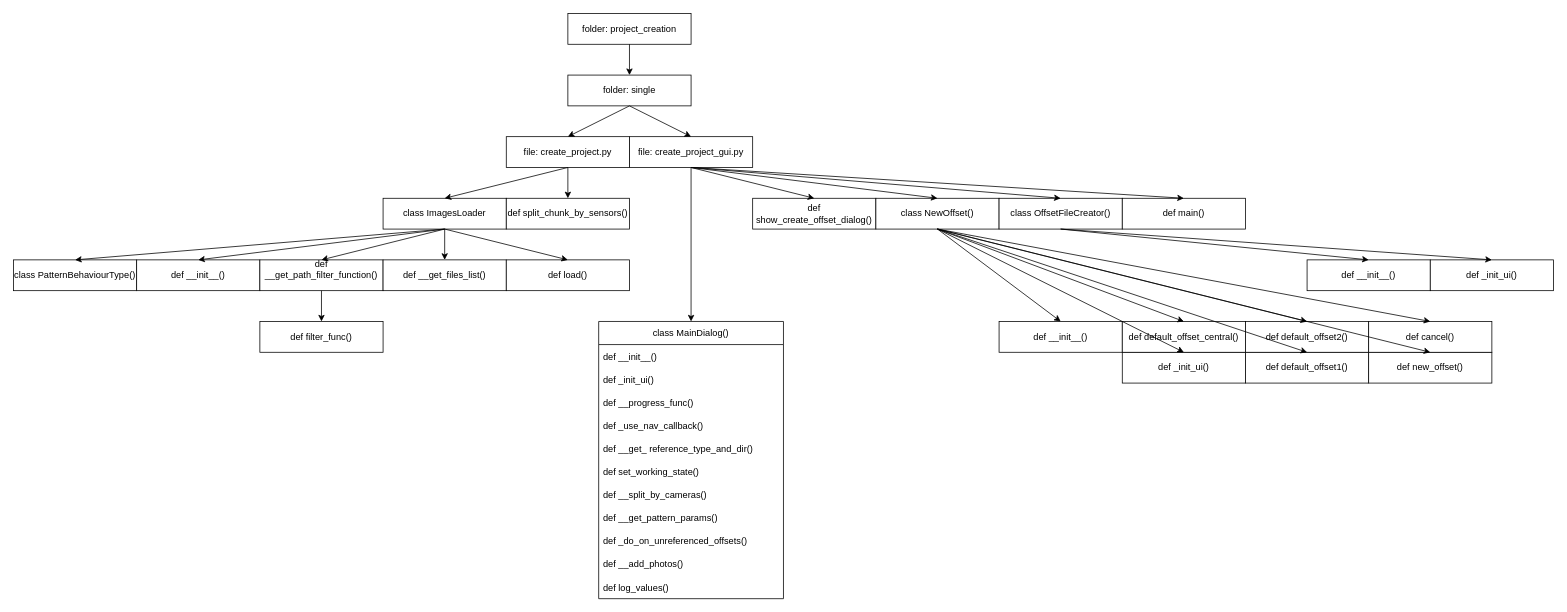
The draw.io diagram CreateProjectFromDir.drawio in go-enov/diagrams, before the edit. Source tidied: cells renumbered, new cells numbered last; positions are measured from the earlier drawing's top-left corner, leaving out a move shared by most shapes. Both pictures are drawn from the tidied source at 77%, with x=0, y=0 at pixel (13, 13).
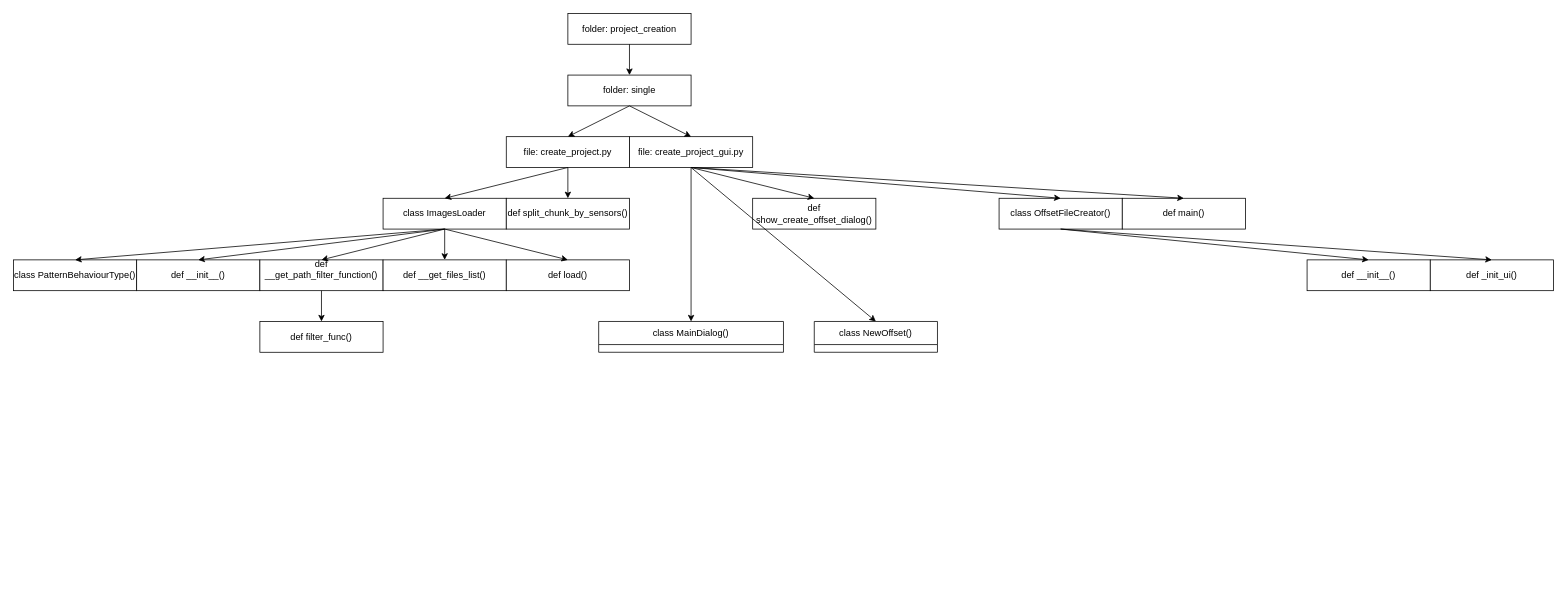
After the change.

Commit message:
class NewOffset(): rebuild

Change to the diagram source:
```diff
@@
-    <mxCell id="26" value="class NewOffset()" style="rounded=0;whiteSpace=wrap;html=1;" parent="1" vertex="1">
-      <mxGeometry x="1120" y="240" width="160" height="40" as="geometry" />
-    </mxCell>
@@
-    <mxCell id="34" value="def __init__()" style="rounded=0;whiteSpace=wrap;html=1;" parent="1" vertex="1">
-      <mxGeometry x="1280" y="400" width="160" height="40" as="geometry" />
-    </mxCell>
-    <mxCell id="35" value="def _init_ui()" style="rounded=0;whiteSpace=wrap;html=1;" parent="1" vertex="1">
-      <mxGeometry x="1440" y="440" width="160" height="40" as="geometry" />
-    </mxCell>
-    <mxCell id="36" value="def default_offset_central()" style="rounded=0;whiteSpace=wrap;html=1;" parent="1" vertex="1">
-      <mxGeometry x="1440" y="400" width="160" height="40" as="geometry" />
-    </mxCell>
-    <mxCell id="37" value="def default_offset1()" style="rounded=0;whiteSpace=wrap;html=1;" parent="1" vertex="1">
-      <mxGeometry x="1600" y="440" width="160" height="40" as="geometry" />
-    </mxCell>
-    <mxCell id="38" value="def default_offset2()" style="rounded=0;whiteSpace=wrap;html=1;" parent="1" vertex="1">
-      <mxGeometry x="1600" y="400" width="160" height="40" as="geometry" />
-    </mxCell>
-    <mxCell id="39" value="def new_offset()" style="rounded=0;whiteSpace=wrap;html=1;" parent="1" vertex="1">
-      <mxGeometry x="1760" y="440" width="160" height="40" as="geometry" />
-    </mxCell>
-    <mxCell id="40" value="def cancel()" style="rounded=0;whiteSpace=wrap;html=1;" parent="1" vertex="1">
-      <mxGeometry x="1760" y="400" width="160" height="40" as="geometry" />
-    </mxCell>
-    <mxCell id="41" style="endArrow=classic;html=1;rounded=0;exitX=0.5;exitY=1;exitDx=0;exitDy=0;entryX=0.5;entryY=0;entryDx=0;entryDy=0;" parent="1" edge="1" source="26" target="34">
-      <mxGeometry relative="1" as="geometry" />
-    </mxCell>
-    <mxCell id="42" style="endArrow=classic;html=1;rounded=0;exitX=0.5;exitY=1;exitDx=0;exitDy=0;entryX=0.5;entryY=0;entryDx=0;entryDy=0;" parent="1" edge="1" source="26" target="35">
-      <mxGeometry relative="1" as="geometry" />
-    </mxCell>
-    <mxCell id="43" style="endArrow=classic;html=1;rounded=0;exitX=0.5;exitY=1;exitDx=0;exitDy=0;entryX=0.5;entryY=0;entryDx=0;entryDy=0;" parent="1" edge="1" source="26" target="36">
-      <mxGeometry relative="1" as="geometry" />
-    </mxCell>
-    <mxCell id="44" style="endArrow=classic;html=1;rounded=0;exitX=0.5;exitY=1;exitDx=0;exitDy=0;entryX=0.5;entryY=0;entryDx=0;entryDy=0;" parent="1" edge="1" source="26" target="37">
-      <mxGeometry relative="1" as="geometry" />
-    </mxCell>
-    <mxCell id="45" style="endArrow=classic;html=1;rounded=0;exitX=0.5;exitY=1;exitDx=0;exitDy=0;entryX=0.5;entryY=0;entryDx=0;entryDy=0;" parent="1" edge="1" source="26" target="38">
-      <mxGeometry relative="1" as="geometry" />
-    </mxCell>
-    <mxCell id="46" style="endArrow=classic;html=1;rounded=0;exitX=0.5;exitY=1;exitDx=0;exitDy=0;entryX=0.5;entryY=0;entryDx=0;entryDy=0;" parent="1" edge="1" source="26" target="39">
-      <mxGeometry relative="1" as="geometry" />
-    </mxCell>
-    <mxCell id="47" style="endArrow=classic;html=1;rounded=0;exitX=0.5;exitY=1;exitDx=0;exitDy=0;entryX=0.5;entryY=0;entryDx=0;entryDy=0;" parent="1" edge="1" source="26" target="40">
-      <mxGeometry relative="1" as="geometry" />
-    </mxCell>
@@
-    <mxCell id="52" value="class MainDialog()" style="swimlane;fontStyle=0;horizontal=1;startSize=30;" parent="1" vertex="1">
-      <mxGeometry x="760" y="400" width="240" height="360" as="geometry" />
+    <mxCell id="52" value="class MainDialog()" style="swimlane;fontStyle=0;horizontal=1;startSize=30;" parent="1" vertex="1" collapsed="1">
+      <mxGeometry x="760" y="400" width="240" height="40" as="geometry" />
     </mxCell>
-    <mxCell id="53" value="def __init__()" style="text;strokeColor=none;fillColor=none;align=left;verticalAlign=middle;spacingLeft=4;spacingRight=4;overflow=hidden;" parent="52" vertex="1">
-      <mxGeometry y="30" width="240" height="30" as="geometry" />
-    </mxCell>
-    <mxCell id="54" value="def _init_ui()" style="text;strokeColor=none;fillColor=none;align=left;verticalAlign=middle;spacingLeft=4;spacingRight=4;overflow=hidden;" parent="52" vertex="1">
-      <mxGeometry y="60" width="240" height="30" as="geometry" />
-    </mxCell>
-    <mxCell id="55" value="def __progress_func()" style="text;strokeColor=none;fillColor=none;align=left;verticalAlign=middle;spacingLeft=4;spacingRight=4;overflow=hidden;" parent="52" vertex="1">
-      <mxGeometry y="90" width="240" height="30" as="geometry" />
-    </mxCell>
-    <mxCell id="56" value="def _use_nav_callback()" style="text;strokeColor=none;fillColor=none;align=left;verticalAlign=middle;spacingLeft=4;spacingRight=4;overflow=hidden;" parent="52" vertex="1">
-      <mxGeometry y="120" width="240" height="30" as="geometry" />
-    </mxCell>
-    <mxCell id="57" value="def __get_ reference_type_and_dir()" style="text;strokeColor=none;fillColor=none;align=left;verticalAlign=middle;spacingLeft=4;spacingRight=4;overflow=hidden;" parent="52" vertex="1">
-      <mxGeometry y="150" width="240" height="30" as="geometry" />
-    </mxCell>
-    <mxCell id="58" value="def set_working_state()" style="text;strokeColor=none;fillColor=none;align=left;verticalAlign=middle;spacingLeft=4;spacingRight=4;overflow=hidden;" parent="52" vertex="1">
-      <mxGeometry y="180" width="240" height="30" as="geometry" />
-    </mxCell>
-    <mxCell id="59" value="def __split_by_cameras()" style="text;strokeColor=none;fillColor=none;align=left;verticalAlign=middle;spacingLeft=4;spacingRight=4;overflow=hidden;" parent="52" vertex="1">
-      <mxGeometry y="210" width="240" height="30" as="geometry" />
-    </mxCell>
-    <mxCell id="60" value="def __get_pattern_params()" style="text;strokeColor=none;fillColor=none;align=left;verticalAlign=middle;spacingLeft=4;spacingRight=4;overflow=hidden;" parent="52" vertex="1">
-      <mxGeometry y="240" width="240" height="30" as="geometry" />
-    </mxCell>
-    <mxCell id="61" value="def _do_on_unreferenced_offsets()" style="text;strokeColor=none;fillColor=none;align=left;verticalAlign=middle;spacingLeft=4;spacingRight=4;overflow=hidden;" parent="52" vertex="1">
-      <mxGeometry y="270" width="240" height="30" as="geometry" />
-    </mxCell>
-    <mxCell id="62" value="def __add_photos()" style="text;strokeColor=none;fillColor=none;align=left;verticalAlign=middle;spacingLeft=4;spacingRight=4;overflow=hidden;" parent="52" vertex="1">
-      <mxGeometry y="300" width="240" height="30" as="geometry" />
-    </mxCell>
-    <mxCell id="63" value="def log_values()" style="text;strokeColor=none;fillColor=none;align=left;verticalAlign=middle;spacingLeft=4;spacingRight=4;overflow=hidden;" parent="52" vertex="1">
-      <mxGeometry y="330" width="240" height="30" as="geometry" />
-    </mxCell>
+    <mxCell id="26" value="class NewOffset()" style="swimlane;fontStyle=0;horizontal=1;startSize=30;" parent="1" vertex="1" collapsed="1">
+      <mxGeometry x="1040" y="400" width="160" height="40" as="geometry" />
+    </mxCell>
```
